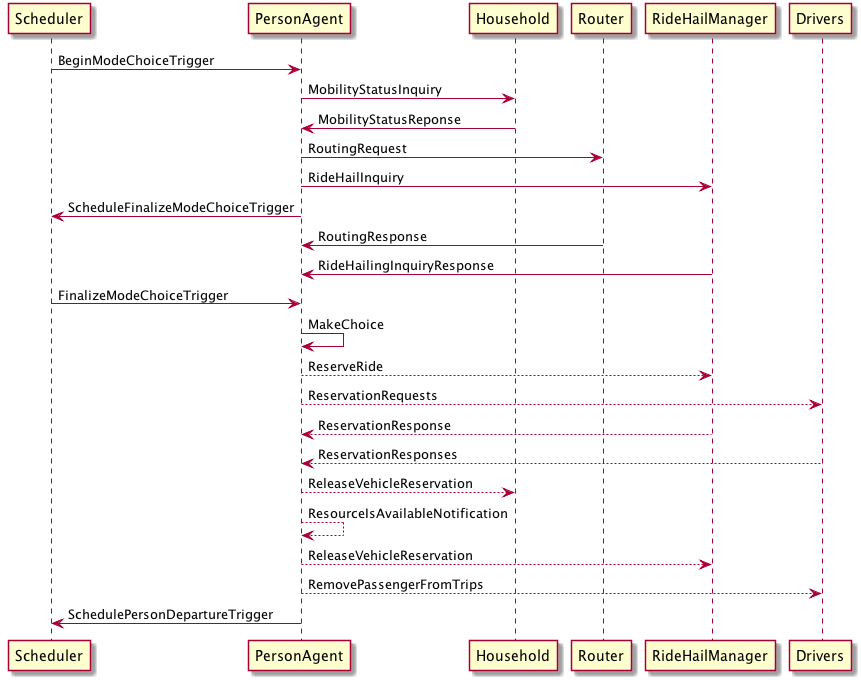
Above: docs/_static/uml/ProtocolChoosesMode.png in LBNL-UCB-STI/beam (PlantUML), before the change.
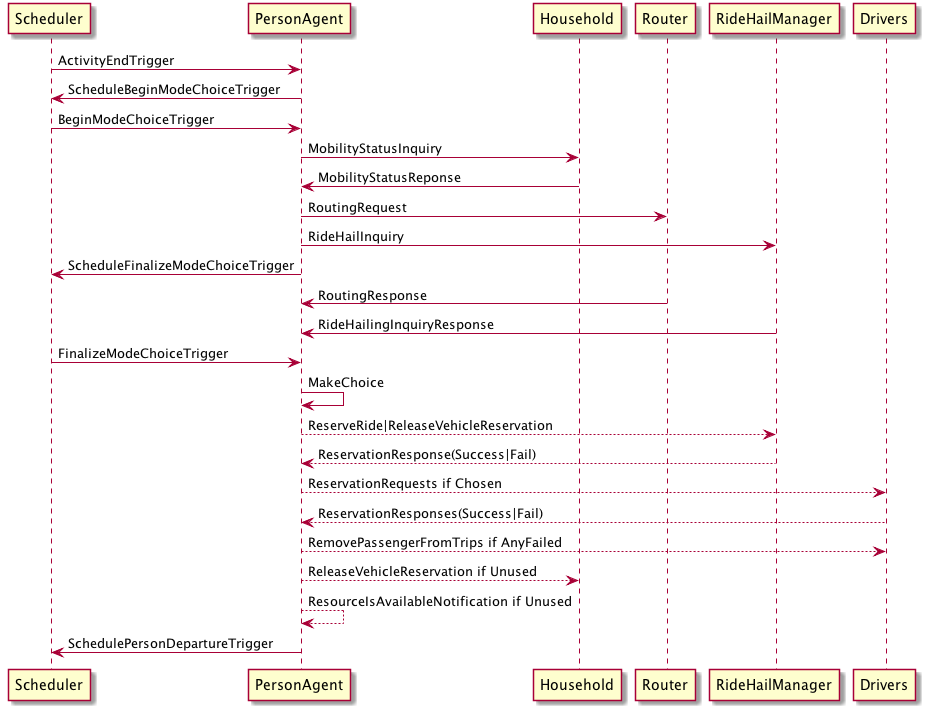
The same file after the commit.

What changed in the source:
```diff
@@ -1,4 +1,6 @@
 @startuml
+Scheduler -> PersonAgent: ActivityEndTrigger
+PersonAgent -> Scheduler: ScheduleBeginModeChoiceTrigger
 Scheduler -> PersonAgent: BeginModeChoiceTrigger
 PersonAgent -> Household: MobilityStatusInquiry
 Household -> PersonAgent: MobilityStatusReponse
@@ -9,13 +11,12 @@
 RideHailManager -> PersonAgent: RideHailingInquiryResponse
 Scheduler -> PersonAgent: FinalizeModeChoiceTrigger
 PersonAgent -> PersonAgent: MakeChoice
-PersonAgent --> RideHailManager: ReserveRide
-PersonAgent --> Drivers: ReservationRequests
-RideHailManager --> PersonAgent: ReservationResponse
-Drivers --> PersonAgent: ReservationResponses
-PersonAgent --> Household: ReleaseVehicleReservation
-PersonAgent --> PersonAgent: ResourceIsAvailableNotification
-PersonAgent --> RideHailManager: ReleaseVehicleReservation
-PersonAgent --> Drivers: RemovePassengerFromTrips
+PersonAgent --> RideHailManager: ReserveRide|ReleaseVehicleReservation
+RideHailManager --> PersonAgent: ReservationResponse(Success|Fail)
+PersonAgent --> Drivers: ReservationRequests if Chosen
+Drivers --> PersonAgent: ReservationResponses(Success|Fail)
+PersonAgent --> Drivers: RemovePassengerFromTrips if AnyFailed
+PersonAgent --> Household: ReleaseVehicleReservation if Unused
+PersonAgent --> PersonAgent: ResourceIsAvailableNotification if Unused
 PersonAgent -> Scheduler: SchedulePersonDepartureTrigger
 @enduml
```
